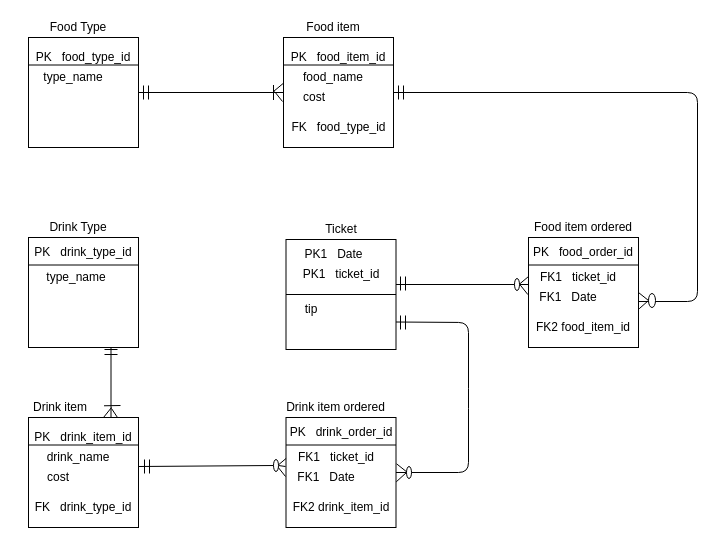
Earlier version of the draw.io diagram SQLite Diagrams/er_diagram.drawio (ChaseBosman/Restaurant-App). Source tidied: cells renumbered, new cells numbered last; positions are measured from the earlier drawing's top-left corner, leaving out a move shared by most shapes. Both pictures are drawn from the tidied source at 100%, with x=0, y=0 at pixel (17, 17).
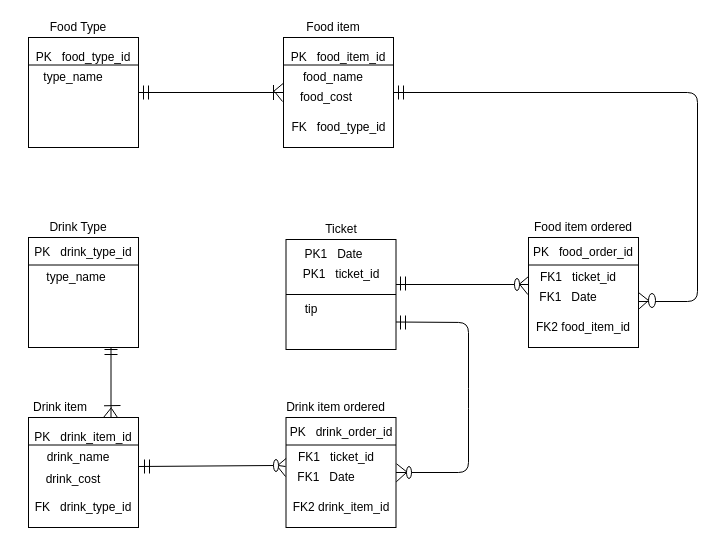
The same page after the edit.

Commit message (it also covers changes not shown here):
Fixed typo in ERD

Change to the diagram source:
```diff
@@
-    <mxCell id="31" value="cost" style="text;html=1;strokeColor=none;fillColor=none;align=center;verticalAlign=middle;whiteSpace=wrap;rounded=0;" parent="1" vertex="1">
-      <mxGeometry x="277" y="70" width="40" height="20" as="geometry" />
+    <mxCell id="31" value="food_cost" style="text;html=1;strokeColor=none;fillColor=none;align=center;verticalAlign=middle;whiteSpace=wrap;rounded=0;" parent="1" vertex="1">
+      <mxGeometry x="288.5" y="70" width="40" height="20" as="geometry" />
     </mxCell>
@@
-    <mxCell id="46" value="cost" style="text;html=1;strokeColor=none;fillColor=none;align=center;verticalAlign=middle;whiteSpace=wrap;rounded=0;" parent="1" vertex="1">
-      <mxGeometry x="21" y="450" width="40" height="20" as="geometry" />
+    <mxCell id="46" value="drink_cost" style="text;html=1;strokeColor=none;fillColor=none;align=center;verticalAlign=middle;whiteSpace=wrap;rounded=0;" parent="1" vertex="1">
+      <mxGeometry x="36" y="452" width="40" height="20" as="geometry" />
     </mxCell>
```
